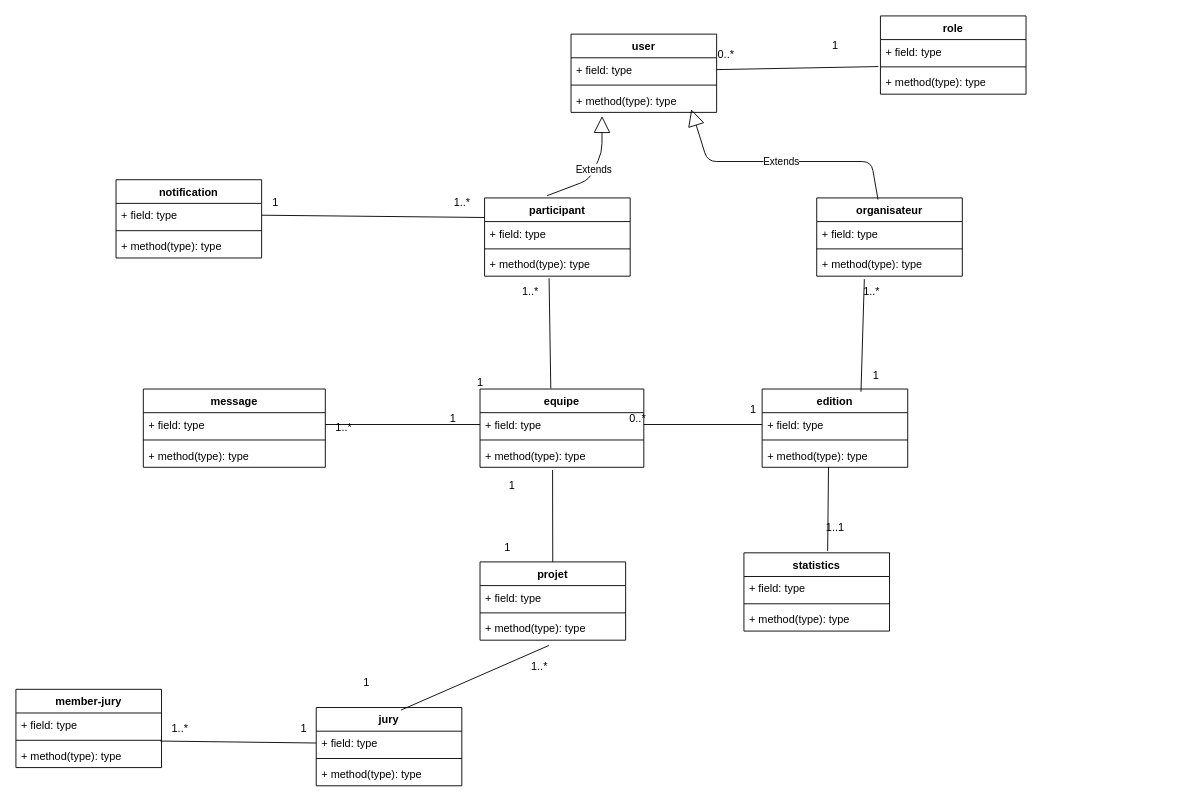
Earlier version of the draw.io diagram conception/diagramme.drawio (abirmes/HackatonWithUs). Source tidied: cells renumbered, new cells numbered last; positions are measured from the earlier drawing's top-left corner, leaving out a move shared by most shapes. Both pictures are drawn from the tidied source at 91%, with x=0, y=0 at pixel (15, 15).
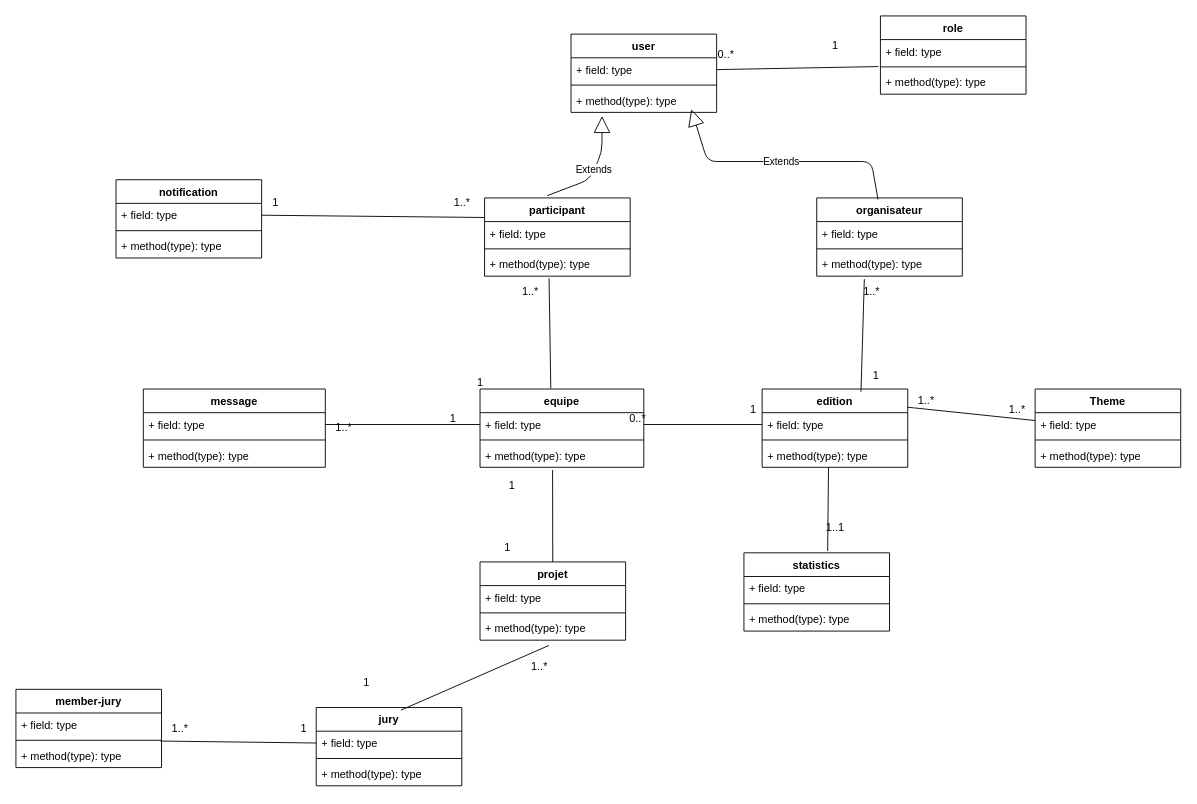
After the change.

Change to the diagram source:
```diff
@@
+    <mxCell id="81" value="Theme&lt;div&gt;&lt;br&gt;&lt;/div&gt;" style="swimlane;fontStyle=1;align=center;verticalAlign=top;horizontal=1;startSize=26;whiteSpace=wrap;html=1;" parent="1" vertex="1">
+      <mxGeometry x="1120" y="410" width="160" height="86" as="geometry" />
+    </mxCell>
+    <mxCell id="82" value="+ field: type" style="text;strokeColor=none;fillColor=none;align=left;verticalAlign=top;spacingLeft=4;spacingRight=4;overflow=hidden;whiteSpace=wrap;html=1;" parent="81" vertex="1">
+      <mxGeometry y="26" width="160" height="26" as="geometry" />
+    </mxCell>
+    <mxCell id="83" style="line;strokeWidth=1;fillColor=none;align=left;verticalAlign=middle;spacingTop=-1;spacingLeft=3;spacingRight=3;labelPosition=right;strokeColor=inherit;" parent="81" vertex="1">
+      <mxGeometry y="52" width="160" height="8" as="geometry" />
+    </mxCell>
+    <mxCell id="84" value="+ method(type): type" style="text;strokeColor=none;fillColor=none;align=left;verticalAlign=top;spacingLeft=4;spacingRight=4;overflow=hidden;whiteSpace=wrap;html=1;" parent="81" vertex="1">
+      <mxGeometry y="60" width="160" height="26" as="geometry" />
+    </mxCell>
+    <mxCell id="85" style="endArrow=none;html=1;" parent="1" edge="1" target="81">
+      <mxGeometry relative="1" as="geometry">
+        <mxPoint x="980" y="430" as="sourcePoint" />
+      </mxGeometry>
+    </mxCell>
+    <mxCell id="86" value="1..*" style="text;html=1;align=center;verticalAlign=middle;strokeColor=none;fillColor=none;" parent="1" vertex="1">
+      <mxGeometry x="1080" y="418" width="40" height="30" as="geometry" />
+    </mxCell>
+    <mxCell id="87" value="1..*" style="text;html=1;align=center;verticalAlign=middle;strokeColor=none;fillColor=none;" parent="1" vertex="1">
+      <mxGeometry x="980" y="408" width="40" height="30" as="geometry" />
+    </mxCell>
```
